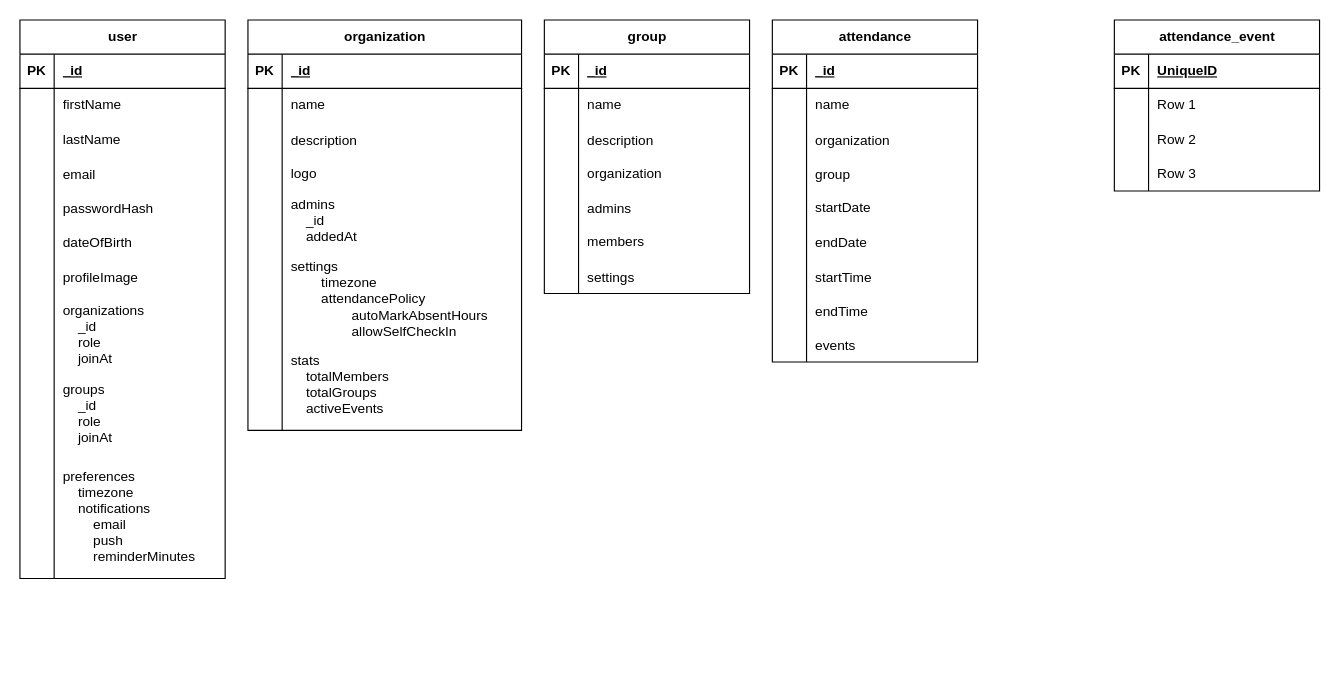
Above: Attendance_Website_DB.drawio in MinjaeKim9929/attendance-website (draw.io), before the change. Source tidied: cells renumbered, new cells numbered last; positions are measured from the earlier drawing's top-left corner, leaving out a move shared by most shapes. Both pictures are drawn from the tidied source at 114%, with x=0, y=0 at pixel (19, 19).
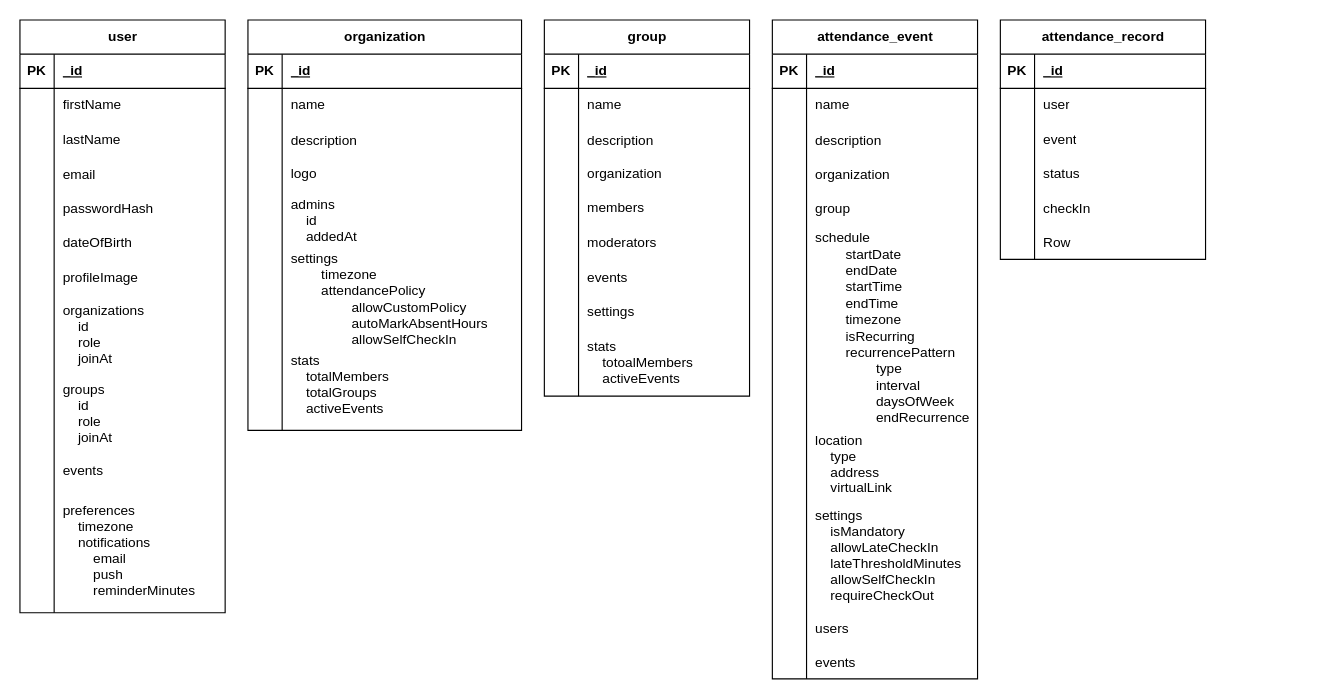
The same diagram, later.

Commit message (it also covers changes not shown here):
feat: Implement event, group, organization, and record models with comprehensive schemas

The change refers to these unchanged cells:
```xml
<mxCell id="24" style="shape=tableRow;horizontal=0;startSize=0;swimlaneHead=0;swimlaneBody=0;fillColor=none;top=0;left=0;right=0;bottom=0;" parent="2" vertex="1">
  <mxGeometry y="240" width="180" height="70" as="geometry" />
</mxCell>
<mxCell id="27" style="shape=tableRow;horizontal=0;startSize=0;swimlaneHead=0;swimlaneBody=0;fillColor=none;top=0;left=0;right=0;bottom=0;" parent="2" vertex="1">
  <mxGeometry y="310" width="180" height="70" as="geometry" />
</mxCell>
<mxCell id="68" style="shape=tableRow;horizontal=0;startSize=0;swimlaneHead=0;swimlaneBody=0;fillColor=none;top=0;left=0;right=0;bottom=0;" parent="55" vertex="1">
  <mxGeometry y="150" width="240" height="50" as="geometry" />
</mxCell>
<mxCell id="71" style="shape=tableRow;horizontal=0;startSize=0;swimlaneHead=0;swimlaneBody=0;fillColor=none;top=0;left=0;right=0;bottom=0;" parent="55" vertex="1">
  <mxGeometry y="200" width="240" height="90" as="geometry" />
</mxCell>
<mxCell id="84" style="shape=tableRow;horizontal=0;startSize=0;swimlaneHead=0;swimlaneBody=0;fillColor=none;top=0;left=0;right=0;bottom=0;" parent="77" vertex="1">
  <mxGeometry y="90" width="180" height="30" as="geometry" />
</mxCell>
<mxCell id="106" style="shape=tableRow;horizontal=0;startSize=0;swimlaneHead=0;swimlaneBody=0;fillColor=none;top=0;left=0;right=0;bottom=1;" parent="105" vertex="1">
  <mxGeometry y="30" width="180" height="30" as="geometry" />
</mxCell>
<mxCell id="109" style="shape=tableRow;horizontal=0;startSize=0;swimlaneHead=0;swimlaneBody=0;fillColor=none;top=0;left=0;right=0;bottom=0;" parent="105" vertex="1">
  <mxGeometry y="60" width="180" height="30" as="geometry" />
</mxCell>
<mxCell id="112" style="shape=tableRow;horizontal=0;startSize=0;swimlaneHead=0;swimlaneBody=0;fillColor=none;top=0;left=0;right=0;bottom=0;" parent="105" vertex="1">
  <mxGeometry y="90" width="180" height="30" as="geometry" />
</mxCell>
<mxCell id="115" style="shape=tableRow;horizontal=0;startSize=0;swimlaneHead=0;swimlaneBody=0;fillColor=none;top=0;left=0;right=0;bottom=0;" parent="105" vertex="1">
  <mxGeometry y="120" width="180" height="30" as="geometry" />
</mxCell>
```

The edit, as a diff of the source:
```diff
@@
     <mxCell id="2" value="user" style="shape=table;startSize=30;childLayout=tableLayout;rowLines=0;fontStyle=1;align=center;html=1;" parent="1" vertex="1">
-      <mxGeometry width="180" height="490" as="geometry" />
+      <mxGeometry width="180" height="520" as="geometry" />
     </mxCell>
@@
-    <mxCell id="26" value="organizations&#10;    _id&#10;    role&#10;    joinAt" style="shape=partialRectangle;fillColor=none;top=0;left=0;bottom=0;right=0;align=left;spacingLeft=6;overflow=hidden;" parent="24" vertex="1">
+    <mxCell id="26" value="organizations&#10;    id&#10;    role&#10;    joinAt" style="shape=partialRectangle;fillColor=none;top=0;left=0;bottom=0;right=0;align=left;spacingLeft=6;overflow=hidden;" parent="24" vertex="1">
       <mxGeometry x="30" width="150" height="70" as="geometry" />
     </mxCell>
@@
-    <mxCell id="29" value="groups&#10;    _id&#10;    role&#10;    joinAt" style="shape=partialRectangle;fillColor=none;top=0;left=0;bottom=0;right=0;align=left;spacingLeft=6;overflow=hidden;" parent="27" vertex="1">
+    <mxCell id="29" value="groups&#10;    id&#10;    role&#10;    joinAt" style="shape=partialRectangle;fillColor=none;top=0;left=0;bottom=0;right=0;align=left;spacingLeft=6;overflow=hidden;" parent="27" vertex="1">
       <mxGeometry x="30" width="150" height="70" as="geometry" />
     </mxCell>
+    <mxCell id="118" style="shape=tableRow;horizontal=0;startSize=0;swimlaneHead=0;swimlaneBody=0;fillColor=none;top=0;left=0;right=0;bottom=0;" parent="2" vertex="1">
+      <mxGeometry y="380" width="180" height="30" as="geometry" />
+    </mxCell>
+    <mxCell id="119" style="shape=partialRectangle;fillColor=none;top=0;left=0;bottom=0;right=0;overflow=hidden;" parent="118" vertex="1">
+      <mxGeometry width="30" height="30" as="geometry" />
+    </mxCell>
+    <mxCell id="120" value="events" style="shape=partialRectangle;fillColor=none;top=0;left=0;bottom=0;right=0;align=left;spacingLeft=6;overflow=hidden;" parent="118" vertex="1">
+      <mxGeometry x="30" width="150" height="30" as="geometry" />
+    </mxCell>
     <mxCell id="30" style="shape=tableRow;horizontal=0;startSize=0;swimlaneHead=0;swimlaneBody=0;fillColor=none;top=0;left=0;right=0;bottom=0;" parent="2" vertex="1">
-      <mxGeometry y="380" width="180" height="110" as="geometry" />
+      <mxGeometry y="410" width="180" height="110" as="geometry" />
     </mxCell>
@@
     <mxCell id="33" value="group" style="shape=table;startSize=30;childLayout=tableLayout;rowLines=0;fontStyle=1;align=center;html=1;" parent="1" vertex="1">
-      <mxGeometry x="460" width="180" height="240" as="geometry" />
+      <mxGeometry x="460" width="180" height="330" as="geometry" />
     </mxCell>
@@
-    <mxCell id="46" style="shape=tableRow;horizontal=0;startSize=0;swimlaneHead=0;swimlaneBody=0;fillColor=none;top=0;left=0;right=0;bottom=0;" parent="33" vertex="1">
-      <mxGeometry y="150" width="180" height="30" as="geometry" />
-    </mxCell>
-    <mxCell id="47" style="shape=partialRectangle;fillColor=none;top=0;left=0;bottom=0;right=0;overflow=hidden;" parent="46" vertex="1">
-      <mxGeometry width="30" height="30" as="geometry" />
-    </mxCell>
-    <mxCell id="48" value="admins" style="shape=partialRectangle;fillColor=none;top=0;left=0;bottom=0;right=0;align=left;spacingLeft=6;overflow=hidden;" parent="46" vertex="1">
-      <mxGeometry x="30" width="150" height="30" as="geometry" />
-    </mxCell>
     <mxCell id="49" style="shape=tableRow;horizontal=0;startSize=0;swimlaneHead=0;swimlaneBody=0;fillColor=none;top=0;left=0;right=0;bottom=0;" parent="33" vertex="1">
-      <mxGeometry y="180" width="180" height="30" as="geometry" />
+      <mxGeometry y="150" width="180" height="30" as="geometry" />
     </mxCell>
@@
+    <mxCell id="121" style="shape=tableRow;horizontal=0;startSize=0;swimlaneHead=0;swimlaneBody=0;fillColor=none;top=0;left=0;right=0;bottom=0;" parent="33" vertex="1">
+      <mxGeometry y="180" width="180" height="30" as="geometry" />
+    </mxCell>
+    <mxCell id="122" style="shape=partialRectangle;fillColor=none;top=0;left=0;bottom=0;right=0;overflow=hidden;" parent="121" vertex="1">
+      <mxGeometry width="30" height="30" as="geometry" />
+    </mxCell>
+    <mxCell id="123" value="moderators" style="shape=partialRectangle;fillColor=none;top=0;left=0;bottom=0;right=0;align=left;spacingLeft=6;overflow=hidden;" parent="121" vertex="1">
+      <mxGeometry x="30" width="150" height="30" as="geometry" />
+    </mxCell>
+    <mxCell id="124" style="shape=tableRow;horizontal=0;startSize=0;swimlaneHead=0;swimlaneBody=0;fillColor=none;top=0;left=0;right=0;bottom=0;" parent="33" vertex="1">
+      <mxGeometry y="210" width="180" height="30" as="geometry" />
+    </mxCell>
+    <mxCell id="125" style="shape=partialRectangle;fillColor=none;top=0;left=0;bottom=0;right=0;overflow=hidden;" parent="124" vertex="1">
+      <mxGeometry width="30" height="30" as="geometry" />
+    </mxCell>
+    <mxCell id="126" value="events" style="shape=partialRectangle;fillColor=none;top=0;left=0;bottom=0;right=0;align=left;spacingLeft=6;overflow=hidden;" parent="124" vertex="1">
+      <mxGeometry x="30" width="150" height="30" as="geometry" />
+    </mxCell>
     <mxCell id="52" style="shape=tableRow;horizontal=0;startSize=0;swimlaneHead=0;swimlaneBody=0;fillColor=none;top=0;left=0;right=0;bottom=0;" parent="33" vertex="1">
-      <mxGeometry y="210" width="180" height="30" as="geometry" />
+      <mxGeometry y="240" width="180" height="30" as="geometry" />
     </mxCell>
@@
+    <mxCell id="127" style="shape=tableRow;horizontal=0;startSize=0;swimlaneHead=0;swimlaneBody=0;fillColor=none;top=0;left=0;right=0;bottom=0;" parent="33" vertex="1">
+      <mxGeometry y="270" width="180" height="60" as="geometry" />
+    </mxCell>
+    <mxCell id="128" style="shape=partialRectangle;fillColor=none;top=0;left=0;bottom=0;right=0;overflow=hidden;" parent="127" vertex="1">
+      <mxGeometry width="30" height="60" as="geometry" />
+    </mxCell>
+    <mxCell id="129" value="stats&#10;    totoalMembers&#10;    activeEvents" style="shape=partialRectangle;fillColor=none;top=0;left=0;bottom=0;right=0;align=left;spacingLeft=6;overflow=hidden;" parent="127" vertex="1">
+      <mxGeometry x="30" width="150" height="60" as="geometry" />
+    </mxCell>
@@
-    <mxCell id="70" value="admins&#10;    _id&#10;    addedAt" style="shape=partialRectangle;fillColor=none;top=0;left=0;bottom=0;right=0;align=left;spacingLeft=6;overflow=hidden;" parent="68" vertex="1">
+    <mxCell id="70" value="admins&#10;    id&#10;    addedAt" style="shape=partialRectangle;fillColor=none;top=0;left=0;bottom=0;right=0;align=left;spacingLeft=6;overflow=hidden;" parent="68" vertex="1">
       <mxGeometry x="30" width="210" height="50" as="geometry" />
     </mxCell>
@@
-    <mxCell id="73" value="settings&lt;div&gt;&lt;span style=&quot;white-space: pre;&quot;&gt;&#9;&lt;/span&gt;timezone&lt;br&gt;&lt;/div&gt;&lt;div&gt;&lt;span style=&quot;white-space: pre;&quot;&gt;&#9;&lt;/span&gt;attendancePolicy&lt;br&gt;&lt;/div&gt;&lt;div&gt;&lt;span style=&quot;white-space: pre;&quot;&gt;&#9;&lt;/span&gt;&lt;span style=&quot;white-space: pre;&quot;&gt;&#9;&lt;/span&gt;autoMarkAbsentHours&lt;br&gt;&lt;/div&gt;&lt;div&gt;&lt;span style=&quot;white-space: pre;&quot;&gt;&#9;&lt;/span&gt;&lt;span style=&quot;white-space: pre;&quot;&gt;&#9;&lt;/span&gt;allowSelfCheckIn&lt;br&gt;&lt;/div&gt;" style="shape=partialRectangle;fillColor=none;top=0;left=0;bottom=0;right=0;align=left;spacingLeft=6;overflow=hidden;whiteSpace=wrap;html=1;" parent="71" vertex="1">
+    <mxCell id="73" value="settings&lt;div&gt;&lt;span style=&quot;white-space: pre;&quot;&gt;&#9;&lt;/span&gt;timezone&lt;br&gt;&lt;/div&gt;&lt;div&gt;&lt;span style=&quot;white-space: pre;&quot;&gt;&#9;&lt;/span&gt;attendancePolicy&lt;br&gt;&lt;/div&gt;&lt;div&gt;&lt;span style=&quot;white-space: pre;&quot;&gt;&#9;&lt;/span&gt;&lt;span style=&quot;white-space: pre;&quot;&gt;&#9;&lt;/span&gt;allowCustomPolicy&lt;br&gt;&lt;/div&gt;&lt;div&gt;&lt;span style=&quot;white-space: pre;&quot;&gt;&#9;&lt;/span&gt;&lt;span style=&quot;white-space: pre;&quot;&gt;&#9;&lt;/span&gt;autoMarkAbsentHours&lt;br&gt;&lt;/div&gt;&lt;div&gt;&lt;span style=&quot;white-space: pre;&quot;&gt;&#9;&lt;/span&gt;&lt;span style=&quot;white-space: pre;&quot;&gt;&#9;&lt;/span&gt;allowSelfCheckIn&lt;br&gt;&lt;/div&gt;" style="shape=partialRectangle;fillColor=none;top=0;left=0;bottom=0;right=0;align=left;spacingLeft=6;overflow=hidden;whiteSpace=wrap;html=1;" parent="71" vertex="1">
       <mxGeometry x="30" width="210" height="90" as="geometry" />
     </mxCell>
@@
-    <mxCell id="77" value="attendance" style="shape=table;startSize=30;childLayout=tableLayout;rowLines=0;fontStyle=1;align=center;html=1;" parent="1" vertex="1">
-      <mxGeometry x="660" width="180" height="300" as="geometry" />
+    <mxCell id="77" value="attendance_event" style="shape=table;startSize=30;childLayout=tableLayout;rowLines=0;fontStyle=1;align=center;html=1;" parent="1" vertex="1">
+      <mxGeometry x="660" width="180" height="578" as="geometry" />
     </mxCell>
@@
-    <mxCell id="85" style="shape=partialRectangle;fillColor=none;top=0;left=0;bottom=0;right=0;overflow=hidden;" parent="84" vertex="1">
-      <mxGeometry width="30" height="30" as="geometry" />
-    </mxCell>
+    <mxCell id="130" style="shape=partialRectangle;fillColor=none;top=0;left=0;bottom=0;right=0;overflow=hidden;" parent="84" vertex="1">
+      <mxGeometry width="30" height="30" as="geometry" />
+    </mxCell>
+    <mxCell id="131" value="description" style="shape=partialRectangle;fillColor=none;top=0;left=0;bottom=0;right=0;align=left;spacingLeft=6;overflow=hidden;" parent="84" vertex="1">
+      <mxGeometry x="30" width="150" height="30" as="geometry" />
+    </mxCell>
+    <mxCell id="132" style="shape=tableRow;horizontal=0;startSize=0;swimlaneHead=0;swimlaneBody=0;fillColor=none;top=0;left=0;right=0;bottom=0;" parent="77" vertex="1">
+      <mxGeometry y="120" width="180" height="30" as="geometry" />
+    </mxCell>
+    <mxCell id="133" style="shape=partialRectangle;fillColor=none;top=0;left=0;bottom=0;right=0;overflow=hidden;" parent="132" vertex="1">
+      <mxGeometry width="30" height="30" as="geometry" />
+    </mxCell>
-    <mxCell id="86" value="organization" style="shape=partialRectangle;fillColor=none;top=0;left=0;bottom=0;right=0;align=left;spacingLeft=6;overflow=hidden;" parent="84" vertex="1">
+    <mxCell id="86" value="organization" style="shape=partialRectangle;fillColor=none;top=0;left=0;bottom=0;right=0;align=left;spacingLeft=6;overflow=hidden;" parent="132" vertex="1">
       <mxGeometry x="30" width="150" height="30" as="geometry" />
     </mxCell>
     <mxCell id="87" style="shape=tableRow;horizontal=0;startSize=0;swimlaneHead=0;swimlaneBody=0;fillColor=none;top=0;left=0;right=0;bottom=0;" parent="77" vertex="1">
-      <mxGeometry y="120" width="180" height="30" as="geometry" />
+      <mxGeometry y="150" width="180" height="30" as="geometry" />
     </mxCell>
@@
     <mxCell id="90" style="shape=tableRow;horizontal=0;startSize=0;swimlaneHead=0;swimlaneBody=0;fillColor=none;top=0;left=0;right=0;bottom=0;" parent="77" vertex="1">
-      <mxGeometry y="150" width="180" height="30" as="geometry" />
+      <mxGeometry y="180" width="180" height="180" as="geometry" />
     </mxCell>
     <mxCell id="91" style="shape=partialRectangle;fillColor=none;top=0;left=0;bottom=0;right=0;overflow=hidden;whiteSpace=wrap;html=1;" parent="90" vertex="1">
-      <mxGeometry width="30" height="30" as="geometry" />
+      <mxGeometry width="30" height="180" as="geometry" />
     </mxCell>
-    <mxCell id="92" value="startDate" style="shape=partialRectangle;fillColor=none;top=0;left=0;bottom=0;right=0;align=left;spacingLeft=6;overflow=hidden;whiteSpace=wrap;html=1;" parent="90" vertex="1">
-      <mxGeometry x="30" width="150" height="30" as="geometry" />
+    <mxCell id="92" value="schedule&lt;div&gt;&lt;span style=&quot;white-space: pre;&quot;&gt;&#9;&lt;/span&gt;startDate&lt;br&gt;&lt;/div&gt;&lt;div&gt;&lt;span style=&quot;white-space: pre;&quot;&gt;&#9;&lt;/span&gt;endDate&lt;br&gt;&lt;/div&gt;&lt;div&gt;&lt;span style=&quot;white-space: pre;&quot;&gt;&#9;&lt;/span&gt;startTime&lt;br&gt;&lt;/div&gt;&lt;div&gt;&lt;span style=&quot;white-space: pre;&quot;&gt;&#9;&lt;/span&gt;endTime&lt;/div&gt;&lt;div&gt;&lt;span style=&quot;white-space: pre;&quot;&gt;&#9;&lt;/span&gt;timezone&lt;br&gt;&lt;/div&gt;&lt;div&gt;&lt;span style=&quot;white-space: pre;&quot;&gt;&#9;&lt;/span&gt;isRecurring&lt;br&gt;&lt;/div&gt;&lt;div&gt;&lt;span style=&quot;white-space: pre;&quot;&gt;&#9;&lt;/span&gt;recurrencePattern&lt;br&gt;&lt;/div&gt;&lt;div&gt;&lt;span style=&quot;white-space: pre;&quot;&gt;&#9;&lt;/span&gt;&lt;span style=&quot;white-space: pre;&quot;&gt;&#9;&lt;/span&gt;type&lt;br&gt;&lt;/div&gt;&lt;div&gt;&lt;span style=&quot;white-space: pre;&quot;&gt;&lt;span style=&quot;white-space: pre;&quot;&gt;&#9;&lt;/span&gt;&lt;span style=&quot;white-space: pre;&quot;&gt;&#9;&lt;/span&gt;interval&lt;/span&gt;&lt;/div&gt;&lt;div&gt;&lt;span style=&quot;white-space: pre;&quot;&gt;&#9;&lt;/span&gt;&lt;span style=&quot;white-space: pre;&quot;&gt;&#9;&lt;/span&gt;daysOfWeek&lt;br&gt;&lt;/div&gt;&lt;div&gt;&lt;span style=&quot;white-space: pre;&quot;&gt;&#9;&lt;/span&gt;&lt;span style=&quot;white-space: pre;&quot;&gt;&#9;&lt;/span&gt;endRecurrence&lt;br&gt;&lt;/div&gt;" style="shape=partialRectangle;fillColor=none;top=0;left=0;bottom=0;right=0;align=left;spacingLeft=6;overflow=hidden;whiteSpace=wrap;html=1;" parent="90" vertex="1">
+      <mxGeometry x="30" width="150" height="180" as="geometry" />
     </mxCell>
     <mxCell id="93" style="shape=tableRow;horizontal=0;startSize=0;swimlaneHead=0;swimlaneBody=0;fillColor=none;top=0;left=0;right=0;bottom=0;" parent="77" vertex="1">
-      <mxGeometry y="180" width="180" height="30" as="geometry" />
+      <mxGeometry y="360" width="180" height="60" as="geometry" />
     </mxCell>
     <mxCell id="94" style="shape=partialRectangle;fillColor=none;top=0;left=0;bottom=0;right=0;overflow=hidden;" parent="93" vertex="1">
-      <mxGeometry width="30" height="30" as="geometry" />
+      <mxGeometry width="30" height="60" as="geometry" />
     </mxCell>
-    <mxCell id="95" value="endDate" style="shape=partialRectangle;fillColor=none;top=0;left=0;bottom=0;right=0;align=left;spacingLeft=6;overflow=hidden;" parent="93" vertex="1">
-      <mxGeometry x="30" width="150" height="30" as="geometry" />
+    <mxCell id="95" value="location&#10;    type&#10;    address&#10;    virtualLink&#10;" style="shape=partialRectangle;fillColor=none;top=0;left=0;bottom=0;right=0;align=left;spacingLeft=6;overflow=hidden;" parent="93" vertex="1">
+      <mxGeometry x="30" width="150" height="60" as="geometry" />
     </mxCell>
     <mxCell id="96" style="shape=tableRow;horizontal=0;startSize=0;swimlaneHead=0;swimlaneBody=0;fillColor=none;top=0;left=0;right=0;bottom=0;" parent="77" vertex="1">
-      <mxGeometry y="210" width="180" height="30" as="geometry" />
+      <mxGeometry y="420" width="180" height="98" as="geometry" />
     </mxCell>
     <mxCell id="97" style="shape=partialRectangle;fillColor=none;top=0;left=0;bottom=0;right=0;overflow=hidden;" parent="96" vertex="1">
-      <mxGeometry width="30" height="30" as="geometry" />
+      <mxGeometry width="30" height="98" as="geometry" />
     </mxCell>
-    <mxCell id="98" value="startTime" style="shape=partialRectangle;fillColor=none;top=0;left=0;bottom=0;right=0;align=left;spacingLeft=6;overflow=hidden;" parent="96" vertex="1">
-      <mxGeometry x="30" width="150" height="30" as="geometry" />
+    <mxCell id="98" value="settings&#10;    isMandatory&#10;    allowLateCheckIn&#10;    lateThresholdMinutes&#10;    allowSelfCheckIn&#10;    requireCheckOut" style="shape=partialRectangle;fillColor=none;top=0;left=0;bottom=0;right=0;align=left;spacingLeft=6;overflow=hidden;" parent="96" vertex="1">
+      <mxGeometry x="30" width="150" height="98" as="geometry" />
     </mxCell>
     <mxCell id="99" style="shape=tableRow;horizontal=0;startSize=0;swimlaneHead=0;swimlaneBody=0;fillColor=none;top=0;left=0;right=0;bottom=0;" parent="77" vertex="1">
-      <mxGeometry y="240" width="180" height="30" as="geometry" />
+      <mxGeometry y="518" width="180" height="30" as="geometry" />
     </mxCell>
@@
-    <mxCell id="101" value="endTime" style="shape=partialRectangle;fillColor=none;top=0;left=0;bottom=0;right=0;align=left;spacingLeft=6;overflow=hidden;" parent="99" vertex="1">
+    <mxCell id="101" value="users" style="shape=partialRectangle;fillColor=none;top=0;left=0;bottom=0;right=0;align=left;spacingLeft=6;overflow=hidden;" parent="99" vertex="1">
       <mxGeometry x="30" width="150" height="30" as="geometry" />
     </mxCell>
     <mxCell id="102" style="shape=tableRow;horizontal=0;startSize=0;swimlaneHead=0;swimlaneBody=0;fillColor=none;top=0;left=0;right=0;bottom=0;" parent="77" vertex="1">
-      <mxGeometry y="270" width="180" height="30" as="geometry" />
+      <mxGeometry y="548" width="180" height="30" as="geometry" />
     </mxCell>
@@
-    <mxCell id="105" value="attendance_event" style="shape=table;startSize=30;childLayout=tableLayout;rowLines=0;fontStyle=1;align=center;html=1;" parent="1" vertex="1">
-      <mxGeometry x="960" width="180" height="150" as="geometry" />
+    <mxCell id="105" value="attendance_record" style="shape=table;startSize=30;childLayout=tableLayout;rowLines=0;fontStyle=1;align=center;html=1;" parent="1" vertex="1">
+      <mxGeometry x="860" width="180" height="210" as="geometry" />
     </mxCell>
@@
-    <mxCell id="108" value="UniqueID" style="shape=partialRectangle;fillColor=none;top=0;left=0;bottom=0;right=0;align=left;spacingLeft=6;fontStyle=5;overflow=hidden;whiteSpace=wrap;html=1;" parent="106" vertex="1">
+    <mxCell id="108" value="_id" style="shape=partialRectangle;fillColor=none;top=0;left=0;bottom=0;right=0;align=left;spacingLeft=6;fontStyle=5;overflow=hidden;whiteSpace=wrap;html=1;" parent="106" vertex="1">
       <mxGeometry x="30" width="150" height="30" as="geometry" />
     </mxCell>
@@
-    <mxCell id="111" value="Row 1" style="shape=partialRectangle;fillColor=none;top=0;left=0;bottom=0;right=0;align=left;spacingLeft=6;overflow=hidden;whiteSpace=wrap;html=1;" parent="109" vertex="1">
+    <mxCell id="111" value="user" style="shape=partialRectangle;fillColor=none;top=0;left=0;bottom=0;right=0;align=left;spacingLeft=6;overflow=hidden;whiteSpace=wrap;html=1;" parent="109" vertex="1">
       <mxGeometry x="30" width="150" height="30" as="geometry" />
     </mxCell>
@@
-    <mxCell id="114" value="Row 2" style="shape=partialRectangle;fillColor=none;top=0;left=0;bottom=0;right=0;align=left;spacingLeft=6;overflow=hidden;whiteSpace=wrap;html=1;" parent="112" vertex="1">
+    <mxCell id="114" value="event" style="shape=partialRectangle;fillColor=none;top=0;left=0;bottom=0;right=0;align=left;spacingLeft=6;overflow=hidden;whiteSpace=wrap;html=1;" parent="112" vertex="1">
       <mxGeometry x="30" width="150" height="30" as="geometry" />
     </mxCell>
@@
-    <mxCell id="117" value="Row 3" style="shape=partialRectangle;fillColor=none;top=0;left=0;bottom=0;right=0;align=left;spacingLeft=6;overflow=hidden;whiteSpace=wrap;html=1;" parent="115" vertex="1">
+    <mxCell id="117" value="status" style="shape=partialRectangle;fillColor=none;top=0;left=0;bottom=0;right=0;align=left;spacingLeft=6;overflow=hidden;whiteSpace=wrap;html=1;" parent="115" vertex="1">
       <mxGeometry x="30" width="150" height="30" as="geometry" />
     </mxCell>
+    <mxCell id="46" style="shape=tableRow;horizontal=0;startSize=0;swimlaneHead=0;swimlaneBody=0;fillColor=none;top=0;left=0;right=0;bottom=0;" parent="105" vertex="1">
+      <mxGeometry y="150" width="180" height="30" as="geometry" />
+    </mxCell>
+    <mxCell id="134" style="shape=partialRectangle;fillColor=none;top=0;left=0;bottom=0;right=0;overflow=hidden;" parent="46" vertex="1">
+      <mxGeometry width="30" height="30" as="geometry" />
+    </mxCell>
+    <mxCell id="135" value="checkIn" style="shape=partialRectangle;fillColor=none;top=0;left=0;bottom=0;right=0;align=left;spacingLeft=6;overflow=hidden;" parent="46" vertex="1">
+      <mxGeometry x="30" width="150" height="30" as="geometry" />
+    </mxCell>
+    <mxCell id="136" style="shape=tableRow;horizontal=0;startSize=0;swimlaneHead=0;swimlaneBody=0;fillColor=none;top=0;left=0;right=0;bottom=0;" parent="105" vertex="1">
+      <mxGeometry y="180" width="180" height="30" as="geometry" />
+    </mxCell>
+    <mxCell id="137" style="shape=partialRectangle;fillColor=none;top=0;left=0;bottom=0;right=0;overflow=hidden;" parent="136" vertex="1">
+      <mxGeometry width="30" height="30" as="geometry" />
+    </mxCell>
+    <mxCell id="138" value="Row" style="shape=partialRectangle;fillColor=none;top=0;left=0;bottom=0;right=0;align=left;spacingLeft=6;overflow=hidden;" parent="136" vertex="1">
+      <mxGeometry x="30" width="150" height="30" as="geometry" />
+    </mxCell>
```
